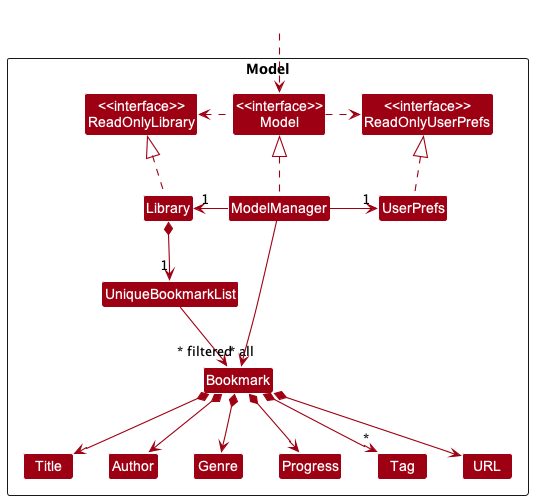
Earlier version of the PlantUML export docs/images/ModelClassDiagram.png (nus-cs2103-AY2223S2/tp).
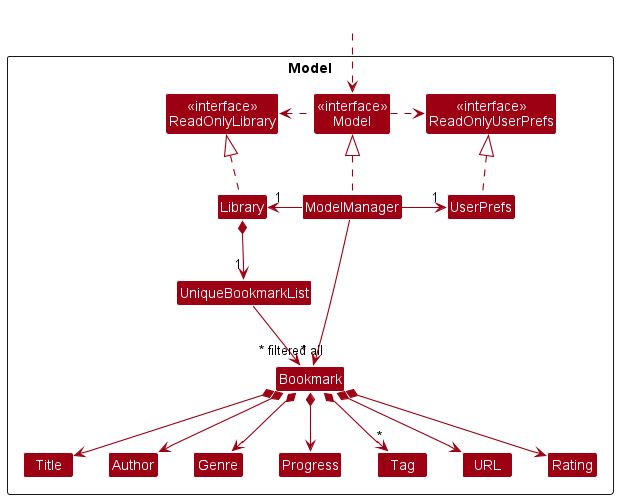
The same diagram one commit later.

What changed in the source:
```diff
@@ -7,7 +7,7 @@
 Package Model <<Rectangle>>{
 Class "<<interface>>\nReadOnlyLibrary" as ReadOnlyLibrary
 Class "<<interface>>\nReadOnlyUserPrefs" as ReadOnlyUserPrefs
-Class "<<interface>>\nModel" as Model
+Class "<<interface>>\nModel" as Model1
 Class Library
 Class ModelManager
 Class UserPrefs
@@ -20,17 +20,18 @@
 Class Author
 Class Tag
 Class URL
+class Rating
 
 }
 
 Class HiddenOutside #FFFFFF
-HiddenOutside ..> Model
+HiddenOutside ..> Model1
 
 Library .up.|> ReadOnlyLibrary
 
-ModelManager .up.|> Model
-Model .right.> ReadOnlyUserPrefs
-Model .left.> ReadOnlyLibrary
+ModelManager .up.|> Model1
+Model1 .right.> ReadOnlyUserPrefs
+Model1 .left.> ReadOnlyLibrary
 ModelManager -left-> "1" Library
 ModelManager -right-> "1" UserPrefs
 UserPrefs .up.|> ReadOnlyUserPrefs
@@ -43,6 +44,7 @@
 Bookmark *--> Progress
 Bookmark *--> "*" Tag
 Bookmark *--> URL
+Bookmark *--> Rating
 
 Title -[hidden]right-> Author
 Author -[hidden]right-> Genre
```
